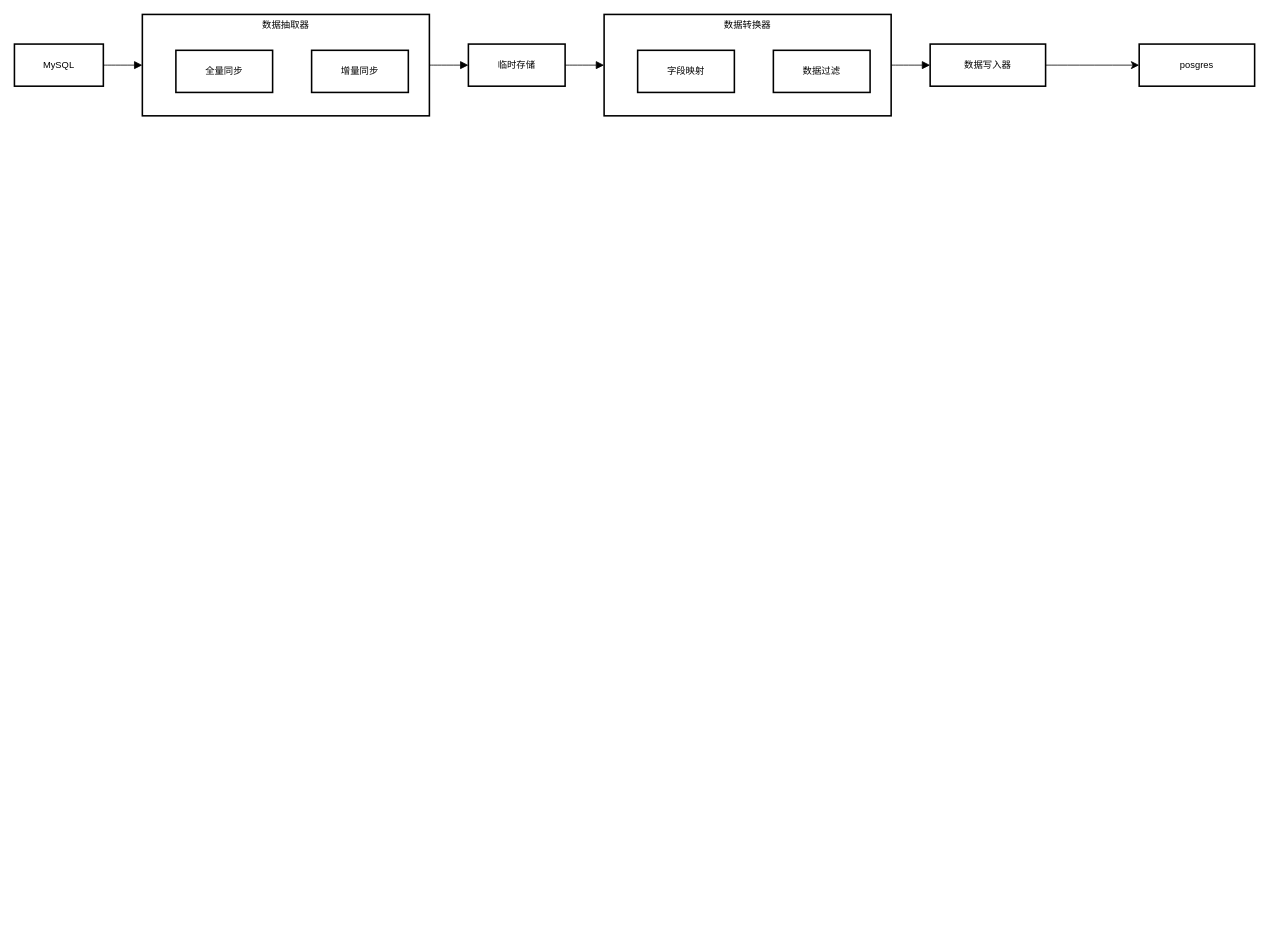
Earlier version of the draw.io diagram 数据同步平台.drawio (zhengjiezxxy/zhengjie.github.io). Source tidied: cells renumbered, new cells numbered last; positions are measured from the earlier drawing's top-left corner, leaving out a move shared by most shapes. Both pictures are drawn from the tidied source at 78%, with x=0, y=0 at pixel (14, 14).
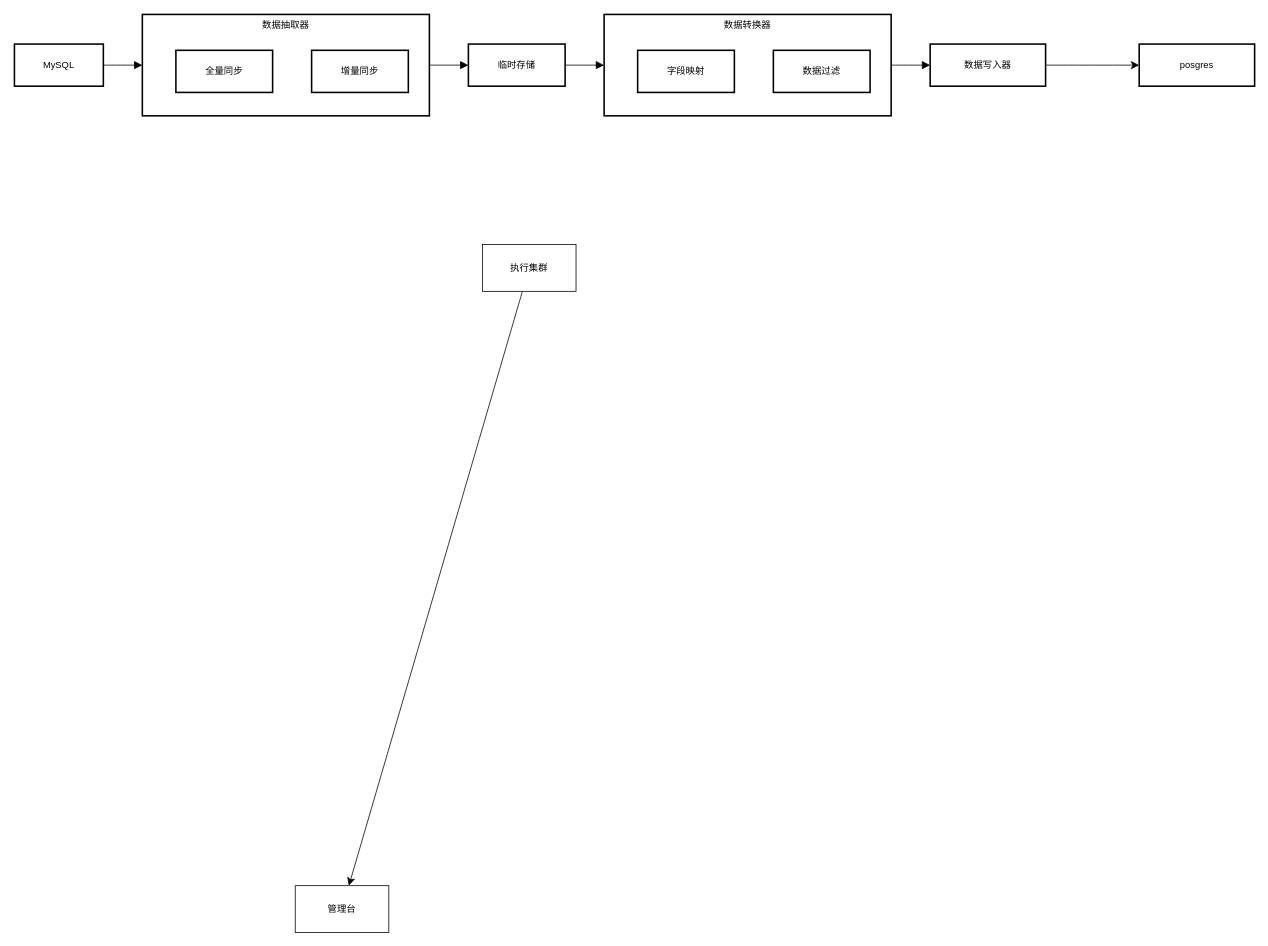
After the change.

Commit message (it also covers changes not shown here):
更新数据同步平台.drawio

The edit, as a diff of the source:
```diff
@@
 <mxGraphModel>
   <root>
     <mxCell id="0" />
     <mxCell id="1" parent="0" />
     <mxCell id="2" value="数据转换器" style="whiteSpace=wrap;strokeWidth=2;verticalAlign=top;" parent="1" vertex="1">
       <mxGeometry x="756" width="368" height="130" as="geometry" />
     </mxCell>
     <mxCell id="3" value="字段映射" style="whiteSpace=wrap;strokeWidth=2;" parent="2" vertex="1">
       <mxGeometry x="43" y="46" width="124" height="54" as="geometry" />
     </mxCell>
     <mxCell id="4" value="数据过滤" style="whiteSpace=wrap;strokeWidth=2;" parent="2" vertex="1">
       <mxGeometry x="217" y="46" width="124" height="54" as="geometry" />
     </mxCell>
     <mxCell id="5" value="数据抽取器" style="whiteSpace=wrap;strokeWidth=2;verticalAlign=top;" parent="1" vertex="1">
       <mxGeometry x="164" width="368" height="130" as="geometry" />
     </mxCell>
     <mxCell id="6" value="全量同步" style="whiteSpace=wrap;strokeWidth=2;" parent="5" vertex="1">
       <mxGeometry x="43" y="46" width="124" height="54" as="geometry" />
     </mxCell>
     <mxCell id="7" value="增量同步" style="whiteSpace=wrap;strokeWidth=2;" parent="5" vertex="1">
       <mxGeometry x="217" y="46" width="124" height="54" as="geometry" />
     </mxCell>
     <mxCell id="8" value="MySQL" style="whiteSpace=wrap;strokeWidth=2;" parent="1" vertex="1">
       <mxGeometry y="38" width="114" height="54" as="geometry" />
     </mxCell>
     <mxCell id="9" value="临时存储" style="whiteSpace=wrap;strokeWidth=2;" parent="1" vertex="1">
       <mxGeometry x="582" y="38" width="124" height="54" as="geometry" />
     </mxCell>
     <mxCell id="10" style="edgeStyle=none;curved=1;rounded=0;jettySize=auto;html=1;fontSize=12;startSize=8;endSize=8;" parent="1" edge="1" source="11" target="16">
       <mxGeometry relative="1" as="geometry" />
     </mxCell>
     <mxCell id="11" value="数据写入器" style="whiteSpace=wrap;strokeWidth=2;" parent="1" vertex="1">
       <mxGeometry x="1174" y="38" width="148" height="54" as="geometry" />
     </mxCell>
     <mxCell id="12" style="curved=1;startArrow=none;endArrow=block;exitX=1;exitY=0.5;entryX=0;entryY=0.5;rounded=0;fontSize=12;startSize=8;endSize=8;" parent="1" edge="1" source="8" target="5">
       <mxGeometry relative="1" as="geometry" />
     </mxCell>
     <mxCell id="13" style="curved=1;startArrow=none;endArrow=block;exitX=1;exitY=0.5;entryX=0;entryY=0.5;rounded=0;fontSize=12;startSize=8;endSize=8;" parent="1" edge="1" source="5" target="9">
       <mxGeometry relative="1" as="geometry" />
     </mxCell>
     <mxCell id="14" style="curved=1;startArrow=none;endArrow=block;exitX=1;exitY=0.5;entryX=0;entryY=0.5;rounded=0;fontSize=12;startSize=8;endSize=8;" parent="1" edge="1" source="9" target="2">
       <mxGeometry relative="1" as="geometry" />
     </mxCell>
     <mxCell id="15" style="curved=1;startArrow=none;endArrow=block;exitX=1;exitY=0.5;entryX=0;entryY=0.5;rounded=0;fontSize=12;startSize=8;endSize=8;" parent="1" edge="1" source="2" target="11">
       <mxGeometry relative="1" as="geometry" />
     </mxCell>
     <mxCell id="16" value="posgres" style="whiteSpace=wrap;strokeWidth=2;" parent="1" vertex="1">
       <mxGeometry x="1442" y="38" width="148" height="54" as="geometry" />
     </mxCell>
+    <mxCell id="17" style="edgeStyle=none;curved=1;rounded=0;jettySize=auto;html=1;fontSize=12;startSize=8;endSize=8;" parent="1" edge="1" source="18" target="19">
+      <mxGeometry relative="1" as="geometry" />
+    </mxCell>
+    <mxCell id="18" value="执行集群" style="rounded=0;whiteSpace=wrap;html=1;" parent="1" vertex="1">
+      <mxGeometry x="600" y="295" width="120" height="60" as="geometry" />
+    </mxCell>
+    <mxCell id="19" value="管理台" style="rounded=0;whiteSpace=wrap;html=1;" parent="1" vertex="1">
+      <mxGeometry x="360" y="1117" width="120" height="60" as="geometry" />
+    </mxCell>
   </root>
 </mxGraphModel>
```
